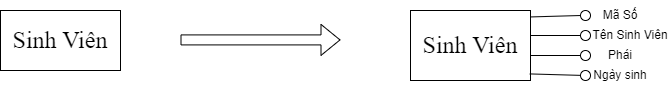
datnham0212/learning keeps this draw.io diagram as Luật thứ sáu(trên xuống).png. Above is the earlier version. Source tidied: cells renumbered, new cells last; positions are measured from the earlier drawing's top-left corner, leaving out a move shared by most shapes.
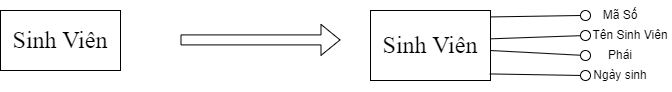
The same diagram one commit later.

Change to the diagram source:
```diff
@@ -18,7 +18,7 @@
       </mxGeometry>
     </mxCell>
     <mxCell id="5" value="Sinh Viên" style="rounded=0;whiteSpace=wrap;html=1;fontFamily=Times New Roman;fontSize=24;" parent="1" vertex="1">
-      <mxGeometry x="410" y="10" width="120" height="70" as="geometry" />
+      <mxGeometry x="370" y="10" width="120" height="70" as="geometry" />
     </mxCell>
     <mxCell id="6" style="endArrow=none;html=1;rounded=0;entryX=0;entryY=0.5;entryDx=0;entryDy=0;exitX=0.999;exitY=0.092;exitDx=0;exitDy=0;exitPerimeter=0;" parent="1" edge="1" source="5" target="7">
       <mxGeometry relative="1" as="geometry" />
@@ -31,17 +31,15 @@
         <mxPoint x="590" y="55" as="targetPoint" />
       </mxGeometry>
     </mxCell>
-    <mxCell id="9" style="endArrow=none;html=1;rounded=0;" parent="1" edge="1" target="10">
-      <mxGeometry relative="1" as="geometry">
-        <mxPoint x="530" y="35" as="sourcePoint" />
-      </mxGeometry>
+    <mxCell id="9" style="endArrow=none;html=1;rounded=0;exitX=0.996;exitY=0.405;exitDx=0;exitDy=0;exitPerimeter=0;" parent="1" edge="1" source="5" target="10">
+      <mxGeometry relative="1" as="geometry" />
     </mxCell>
     <mxCell id="10" style="ellipse;whiteSpace=wrap;html=1;" parent="1" vertex="1">
       <mxGeometry x="580" y="30" width="10" height="10" as="geometry" />
     </mxCell>
     <mxCell id="11" style="endArrow=none;html=1;rounded=0;" parent="1" edge="1" target="12">
       <mxGeometry relative="1" as="geometry">
-        <mxPoint x="530" y="55" as="sourcePoint" />
+        <mxPoint x="490" y="50" as="sourcePoint" />
       </mxGeometry>
     </mxCell>
     <mxCell id="12" style="ellipse;whiteSpace=wrap;html=1;" parent="1" vertex="1">
```
